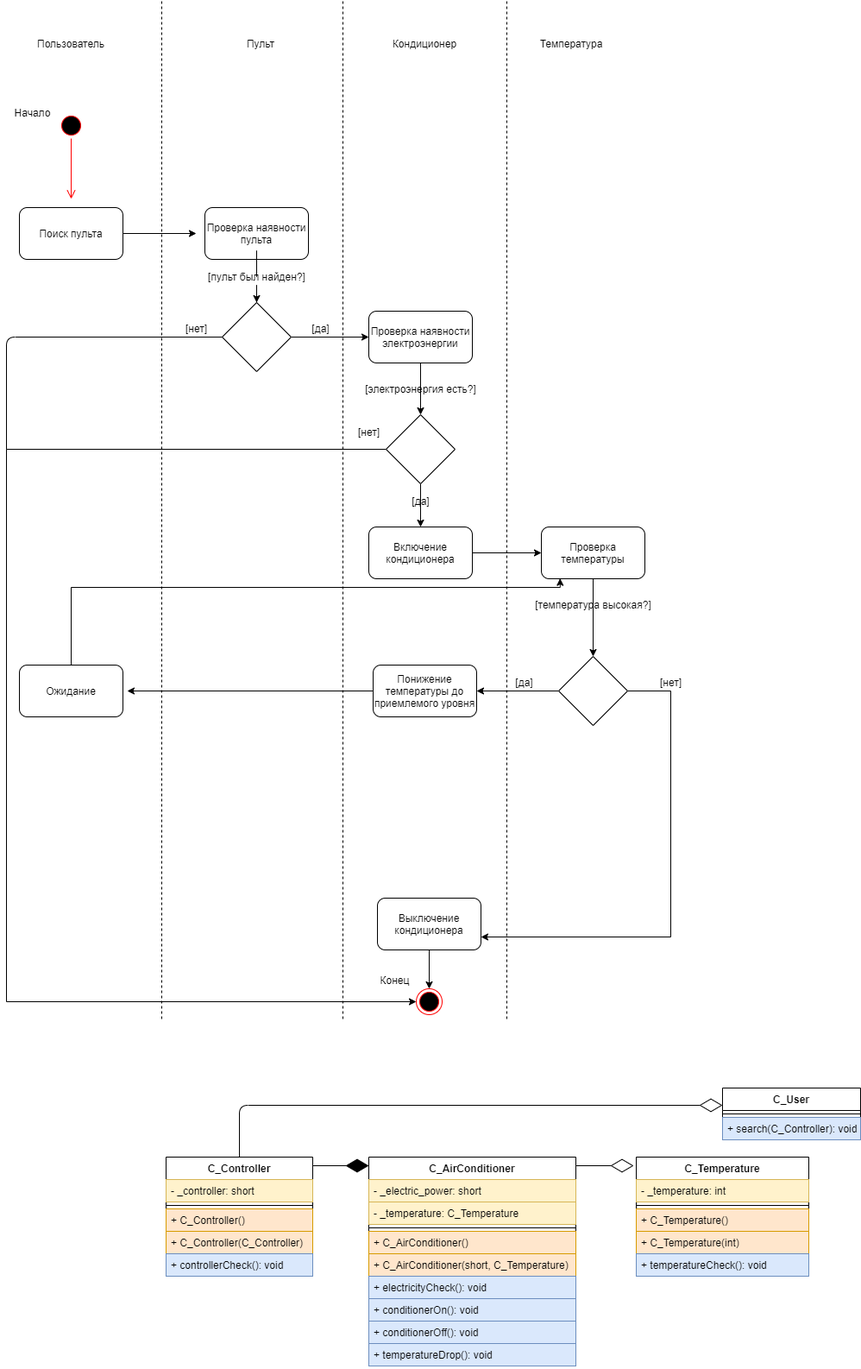
Earlier version of the draw.io export Untitled Diagram.drawio.png (Bogdan0012/UML-works). Source tidied: cells renumbered, new cells last; positions are measured from the earlier drawing's top-left corner, leaving out a move shared by most shapes.
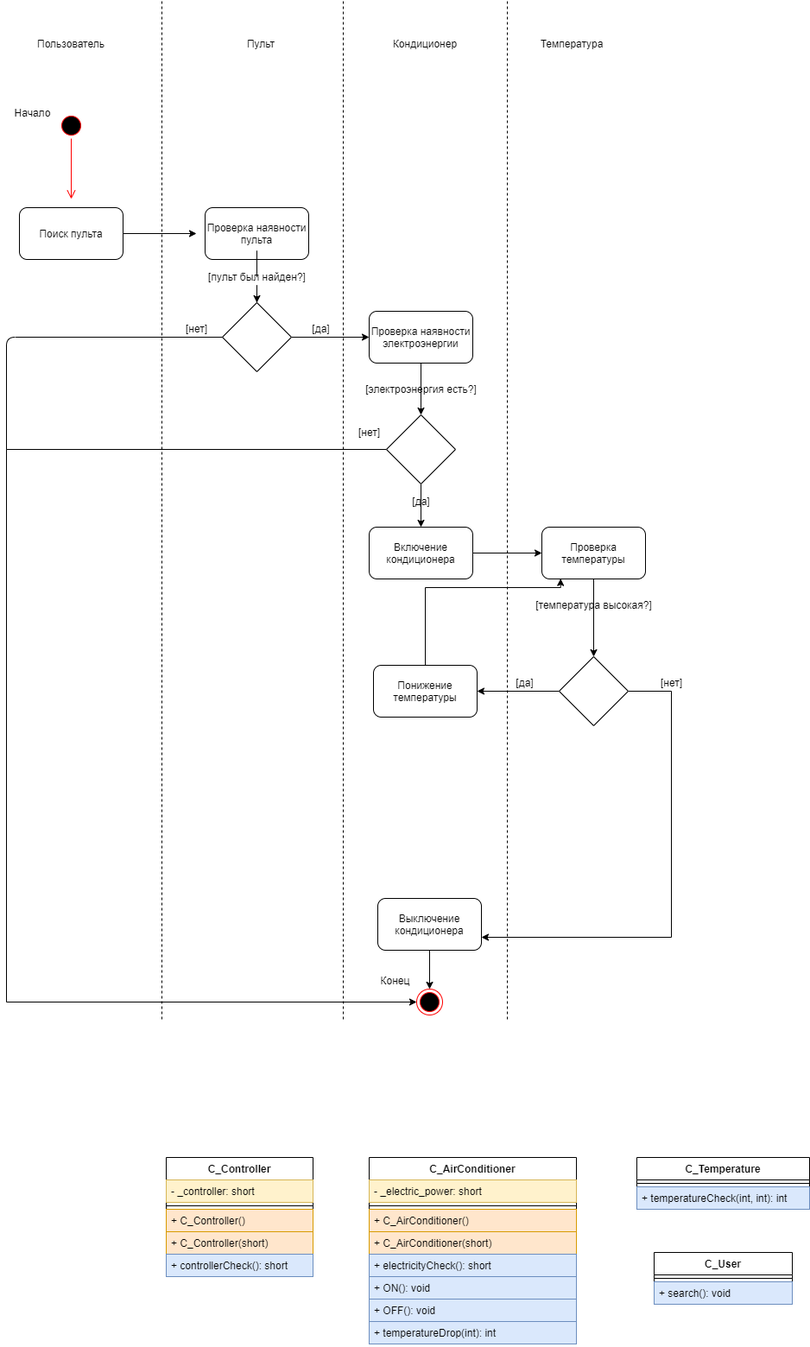
After the change.

Commit message:
UML Exam Diagram.drawio.png

Change to the diagram source:
```diff
@@ -71,17 +71,14 @@
     <mxCell id="20" value="Включение кондиционера" style="rounded=1;whiteSpace=wrap;html=1;" parent="1" vertex="1">
       <mxGeometry x="420" y="610" width="120" height="60" as="geometry" />
     </mxCell>
-    <mxCell id="21" style="edgeStyle=orthogonalEdgeStyle;rounded=0;jettySize=auto;html=1;entryX=0.181;entryY=0.994;entryDx=0;entryDy=0;entryPerimeter=0;" parent="1" edge="1" source="22" target="33">
+    <mxCell id="21" style="edgeStyle=orthogonalEdgeStyle;rounded=0;jettySize=auto;html=1;entryX=0.181;entryY=0.994;entryDx=0;entryDy=0;entryPerimeter=0;exitX=0.5;exitY=0;exitDx=0;exitDy=0;" parent="1" edge="1" source="40" target="33">
       <mxGeometry relative="1" as="geometry">
         <Array as="points">
-          <mxPoint x="75" y="680" />
+          <mxPoint x="485" y="680" />
           <mxPoint x="642" y="680" />
         </Array>
       </mxGeometry>
     </mxCell>
-    <mxCell id="22" value="Ожидание" style="rounded=1;whiteSpace=wrap;html=1;" parent="1" vertex="1">
-      <mxGeometry x="15" y="770" width="120" height="60" as="geometry" />
-    </mxCell>
     <mxCell id="23" style="edgeStyle=orthogonalEdgeStyle;rounded=0;jettySize=auto;html=1;exitX=0.5;exitY=1;exitDx=0;exitDy=0;" parent="1" edge="1" source="24">
       <mxGeometry relative="1" as="geometry">
         <mxPoint x="480" y="480" as="targetPoint" />
@@ -145,12 +142,7 @@
         <mxPoint x="580" as="targetPoint" />
       </mxGeometry>
     </mxCell>
-    <mxCell id="39" style="edgeStyle=orthogonalEdgeStyle;rounded=0;jettySize=auto;html=1;" parent="1" edge="1" source="40">
-      <mxGeometry relative="1" as="geometry">
-        <mxPoint x="140" y="800" as="targetPoint" />
-      </mxGeometry>
-    </mxCell>
-    <mxCell id="40" value="Понижение температуры до приемлемого уровня" style="rounded=1;whiteSpace=wrap;html=1;" parent="1" vertex="1">
+    <mxCell id="40" value="Понижение температуры" style="rounded=1;whiteSpace=wrap;html=1;" parent="1" vertex="1">
       <mxGeometry x="425" y="770" width="120" height="60" as="geometry" />
     </mxCell>
     <mxCell id="41" value="[да]" style="text;html=1;align=center;verticalAlign=middle;strokeColor=none;fillColor=none;" parent="1" vertex="1">
@@ -175,12 +167,12 @@
       <mxGeometry x="750" y="780" width="40" height="20" as="geometry" />
     </mxCell>
     <mxCell id="48" value="C_User" style="swimlane;fontStyle=1;align=center;verticalAlign=top;horizontal=1;startSize=26;" parent="1" vertex="1">
-      <mxGeometry x="830" y="1260" width="160" height="60" as="geometry" />
+      <mxGeometry x="750" y="1450" width="160" height="60" as="geometry" />
     </mxCell>
     <mxCell id="49" style="line;strokeWidth=1;fillColor=none;align=left;verticalAlign=middle;spacingTop=-1;spacingLeft=3;spacingRight=3;labelPosition=right;" parent="48" vertex="1">
       <mxGeometry y="26" width="160" height="8" as="geometry" />
     </mxCell>
-    <mxCell id="50" value="+ search(C_Controller): void" style="text;strokeColor=#6c8ebf;fillColor=#dae8fc;align=left;verticalAlign=top;spacingLeft=4;spacingRight=4;overflow=hidden;" parent="48" vertex="1">
+    <mxCell id="50" value="+ search(): void" style="text;strokeColor=#6c8ebf;fillColor=#dae8fc;align=left;verticalAlign=top;spacingLeft=4;spacingRight=4;overflow=hidden;" parent="48" vertex="1">
       <mxGeometry y="34" width="160" height="26" as="geometry" />
     </mxCell>
     <mxCell id="51" value="C_Controller" style="swimlane;fontStyle=1;align=center;verticalAlign=top;horizontal=1;startSize=26;" parent="1" vertex="1">
@@ -195,80 +187,48 @@
     <mxCell id="54" value="+ C_Controller()" style="text;strokeColor=#d79b00;fillColor=#ffe6cc;align=left;verticalAlign=top;spacingLeft=4;spacingRight=4;overflow=hidden;" parent="51" vertex="1">
       <mxGeometry y="60" width="170" height="26" as="geometry" />
     </mxCell>
-    <mxCell id="55" value="+ C_Controller(C_Controller)" style="text;strokeColor=#d79b00;fillColor=#ffe6cc;align=left;verticalAlign=top;spacingLeft=4;spacingRight=4;overflow=hidden;" parent="51" vertex="1">
+    <mxCell id="55" value="+ C_Controller(short)" style="text;strokeColor=#d79b00;fillColor=#ffe6cc;align=left;verticalAlign=top;spacingLeft=4;spacingRight=4;overflow=hidden;" parent="51" vertex="1">
       <mxGeometry y="86" width="170" height="26" as="geometry" />
     </mxCell>
-    <mxCell id="56" value="+ controllerCheck(): void" style="text;strokeColor=#6c8ebf;fillColor=#dae8fc;align=left;verticalAlign=top;spacingLeft=4;spacingRight=4;overflow=hidden;" parent="51" vertex="1">
+    <mxCell id="56" value="+ controllerCheck(): short" style="text;strokeColor=#6c8ebf;fillColor=#dae8fc;align=left;verticalAlign=top;spacingLeft=4;spacingRight=4;overflow=hidden;" parent="51" vertex="1">
       <mxGeometry y="112" width="170" height="26" as="geometry" />
     </mxCell>
     <mxCell id="57" value="C_AirConditioner" style="swimlane;fontStyle=1;align=center;verticalAlign=top;horizontal=1;startSize=26;" parent="1" vertex="1">
-      <mxGeometry x="420" y="1340" width="240" height="242" as="geometry" />
+      <mxGeometry x="420" y="1340" width="240" height="216" as="geometry" />
     </mxCell>
     <mxCell id="58" value="- _electric_power: short" style="text;strokeColor=#d6b656;fillColor=#fff2cc;align=left;verticalAlign=top;spacingLeft=4;spacingRight=4;overflow=hidden;" parent="57" vertex="1">
       <mxGeometry y="26" width="240" height="26" as="geometry" />
     </mxCell>
-    <mxCell id="59" value="- _temperature: C_Temperature" style="text;strokeColor=#d6b656;fillColor=#fff2cc;align=left;verticalAlign=top;spacingLeft=4;spacingRight=4;overflow=hidden;" parent="57" vertex="1">
-      <mxGeometry y="52" width="240" height="26" as="geometry" />
-    </mxCell>
     <mxCell id="60" style="line;strokeWidth=1;fillColor=none;align=left;verticalAlign=middle;spacingTop=-1;spacingLeft=3;spacingRight=3;labelPosition=right;" parent="57" vertex="1">
-      <mxGeometry y="78" width="240" height="8" as="geometry" />
+      <mxGeometry y="52" width="240" height="8" as="geometry" />
     </mxCell>
     <mxCell id="61" value="+ C_AirConditioner()" style="text;strokeColor=#d79b00;fillColor=#ffe6cc;align=left;verticalAlign=top;spacingLeft=4;spacingRight=4;overflow=hidden;" parent="57" vertex="1">
-      <mxGeometry y="86" width="240" height="26" as="geometry" />
+      <mxGeometry y="60" width="240" height="26" as="geometry" />
     </mxCell>
-    <mxCell id="62" value="+ C_AirConditioner(short, C_Temperature)" style="text;strokeColor=#d79b00;fillColor=#ffe6cc;align=left;verticalAlign=top;spacingLeft=4;spacingRight=4;overflow=hidden;" parent="57" vertex="1">
-      <mxGeometry y="112" width="240" height="26" as="geometry" />
+    <mxCell id="62" value="+ C_AirConditioner(short)" style="text;strokeColor=#d79b00;fillColor=#ffe6cc;align=left;verticalAlign=top;spacingLeft=4;spacingRight=4;overflow=hidden;" parent="57" vertex="1">
+      <mxGeometry y="86" width="240" height="26" as="geometry" />
     </mxCell>
-    <mxCell id="63" value="+ electricityCheck(): void" style="text;strokeColor=#6c8ebf;fillColor=#dae8fc;align=left;verticalAlign=top;spacingLeft=4;spacingRight=4;overflow=hidden;" parent="57" vertex="1">
-      <mxGeometry y="138" width="240" height="26" as="geometry" />
+    <mxCell id="63" value="+ electricityCheck(): short" style="text;strokeColor=#6c8ebf;fillColor=#dae8fc;align=left;verticalAlign=top;spacingLeft=4;spacingRight=4;overflow=hidden;" parent="57" vertex="1">
+      <mxGeometry y="112" width="240" height="26" as="geometry" />
     </mxCell>
-    <mxCell id="64" value="+ conditionerOn(): void" style="text;strokeColor=#6c8ebf;fillColor=#dae8fc;align=left;verticalAlign=top;spacingLeft=4;spacingRight=4;overflow=hidden;" parent="57" vertex="1">
-      <mxGeometry y="164" width="240" height="26" as="geometry" />
+    <mxCell id="64" value="+ ON(): void" style="text;strokeColor=#6c8ebf;fillColor=#dae8fc;align=left;verticalAlign=top;spacingLeft=4;spacingRight=4;overflow=hidden;" parent="57" vertex="1">
+      <mxGeometry y="138" width="240" height="26" as="geometry" />
     </mxCell>
-    <mxCell id="65" value="+ conditionerOff(): void" style="text;strokeColor=#6c8ebf;fillColor=#dae8fc;align=left;verticalAlign=top;spacingLeft=4;spacingRight=4;overflow=hidden;" parent="57" vertex="1">
-      <mxGeometry y="190" width="240" height="26" as="geometry" />
+    <mxCell id="65" value="+ OFF(): void" style="text;strokeColor=#6c8ebf;fillColor=#dae8fc;align=left;verticalAlign=top;spacingLeft=4;spacingRight=4;overflow=hidden;" parent="57" vertex="1">
+      <mxGeometry y="164" width="240" height="26" as="geometry" />
     </mxCell>
-    <mxCell id="66" value="+ temperatureDrop(): void" style="text;strokeColor=#6c8ebf;fillColor=#dae8fc;align=left;verticalAlign=top;spacingLeft=4;spacingRight=4;overflow=hidden;" parent="57" vertex="1">
-      <mxGeometry y="216" width="240" height="26" as="geometry" />
+    <mxCell id="66" value="+ temperatureDrop(int): int" style="text;strokeColor=#6c8ebf;fillColor=#dae8fc;align=left;verticalAlign=top;spacingLeft=4;spacingRight=4;overflow=hidden;" parent="57" vertex="1">
+      <mxGeometry y="190" width="240" height="26" as="geometry" />
     </mxCell>
     <mxCell id="67" value="C_Temperature" style="swimlane;fontStyle=1;align=center;verticalAlign=top;horizontal=1;startSize=26;" parent="1" vertex="1">
-      <mxGeometry x="730" y="1340" width="200" height="138" as="geometry" />
+      <mxGeometry x="730" y="1340" width="200" height="60" as="geometry" />
     </mxCell>
-    <mxCell id="68" value="- _temperature: int" style="text;strokeColor=#d6b656;fillColor=#fff2cc;align=left;verticalAlign=top;spacingLeft=4;spacingRight=4;overflow=hidden;" parent="67" vertex="1">
-      <mxGeometry y="26" width="200" height="26" as="geometry" />
-    </mxCell>
     <mxCell id="69" style="line;strokeWidth=1;fillColor=none;align=left;verticalAlign=middle;spacingTop=-1;spacingLeft=3;spacingRight=3;labelPosition=right;" parent="67" vertex="1">
-      <mxGeometry y="52" width="200" height="8" as="geometry" />
+      <mxGeometry y="26" width="200" height="8" as="geometry" />
     </mxCell>
-    <mxCell id="70" value="+ C_Temperature()" style="text;strokeColor=#d79b00;fillColor=#ffe6cc;align=left;verticalAlign=top;spacingLeft=4;spacingRight=4;overflow=hidden;" parent="67" vertex="1">
-      <mxGeometry y="60" width="200" height="26" as="geometry" />
-    </mxCell>
-    <mxCell id="71" value="+ C_Temperature(int)" style="text;strokeColor=#d79b00;fillColor=#ffe6cc;align=left;verticalAlign=top;spacingLeft=4;spacingRight=4;overflow=hidden;" parent="67" vertex="1">
-      <mxGeometry y="86" width="200" height="26" as="geometry" />
-    </mxCell>
-    <mxCell id="72" value="+ temperatureCheck(): void" style="text;strokeColor=#6c8ebf;fillColor=#dae8fc;align=left;verticalAlign=top;spacingLeft=4;spacingRight=4;overflow=hidden;" parent="67" vertex="1">
-      <mxGeometry y="112" width="200" height="26" as="geometry" />
+    <mxCell id="72" value="+ temperatureCheck(int, int): int" style="text;strokeColor=#6c8ebf;fillColor=#dae8fc;align=left;verticalAlign=top;spacingLeft=4;spacingRight=4;overflow=hidden;" parent="67" vertex="1">
+      <mxGeometry y="34" width="200" height="26" as="geometry" />
     </mxCell>
-    <mxCell id="73" style="endArrow=diamondThin;endFill=1;endSize=24;html=1;" parent="1" edge="1">
-      <mxGeometry relative="1" as="geometry">
-        <mxPoint x="355" y="1350" as="sourcePoint" />
-        <mxPoint x="420" y="1350" as="targetPoint" />
-      </mxGeometry>
-    </mxCell>
-    <mxCell id="74" style="endArrow=diamondThin;endFill=0;endSize=24;html=1;exitX=0.5;exitY=0;exitDx=0;exitDy=0;" parent="1" edge="1" source="51">
-      <mxGeometry relative="1" as="geometry">
-        <mxPoint x="830" y="1280" as="targetPoint" />
-        <Array as="points">
-          <mxPoint x="270" y="1280" />
-        </Array>
-      </mxGeometry>
-    </mxCell>
-    <mxCell id="75" style="endArrow=diamondThin;endFill=0;endSize=24;html=1;" parent="1" edge="1">
-      <mxGeometry relative="1" as="geometry">
-        <mxPoint x="660" y="1350" as="sourcePoint" />
-        <mxPoint x="727" y="1350" as="targetPoint" />
-      </mxGeometry>
-    </mxCell>
     <mxCell id="76" style="endArrow=none;html=1;" parent="1" edge="1">
       <mxGeometry relative="1" as="geometry">
         <mxPoint y="520" as="sourcePoint" />
```
